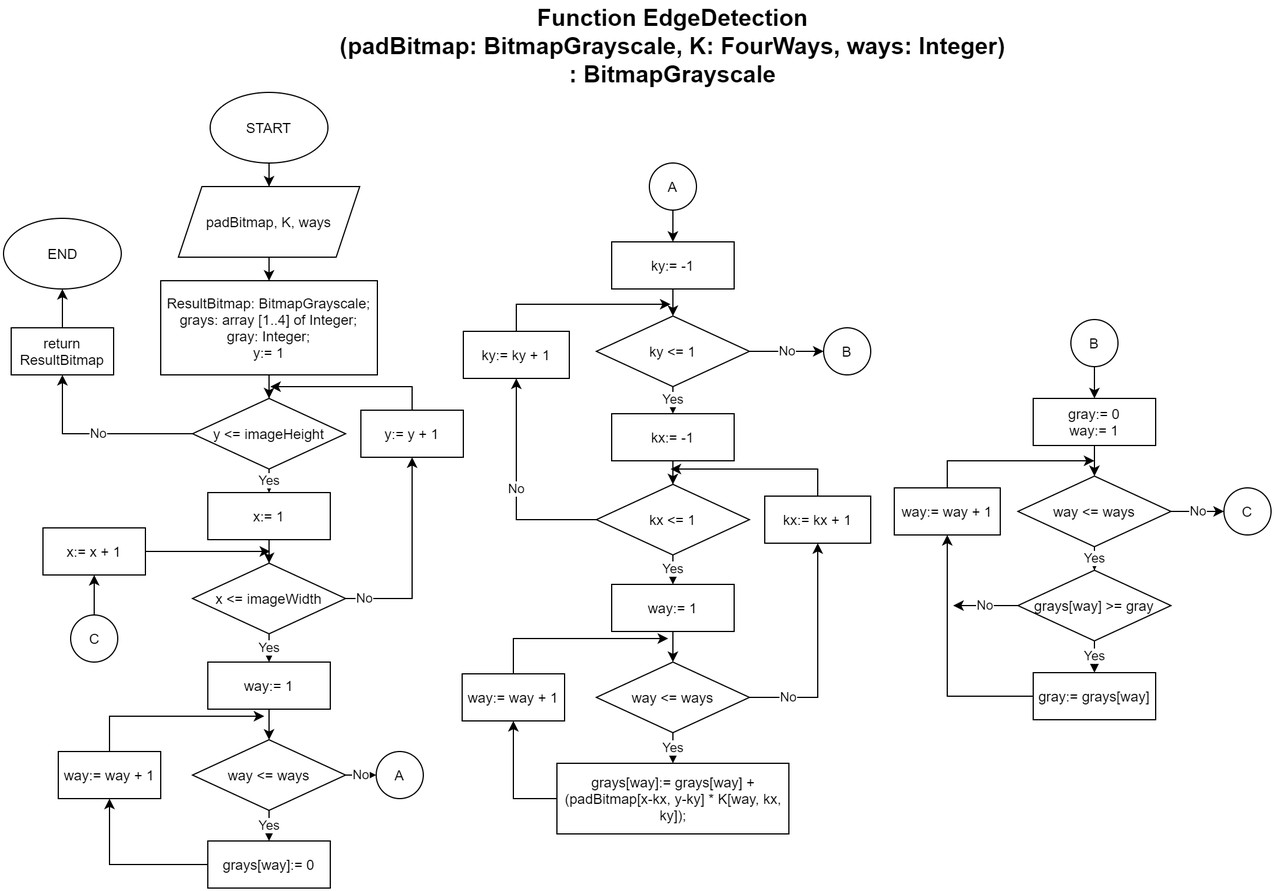
This is flowchart/.png/EdgeDetection.png from ukayaj620/batikcomp, a draw.io export, as it was before one commit. Source tidied: cells renumbered, new cells last; positions are measured from the earlier drawing's top-left corner, leaving out a move shared by most shapes.
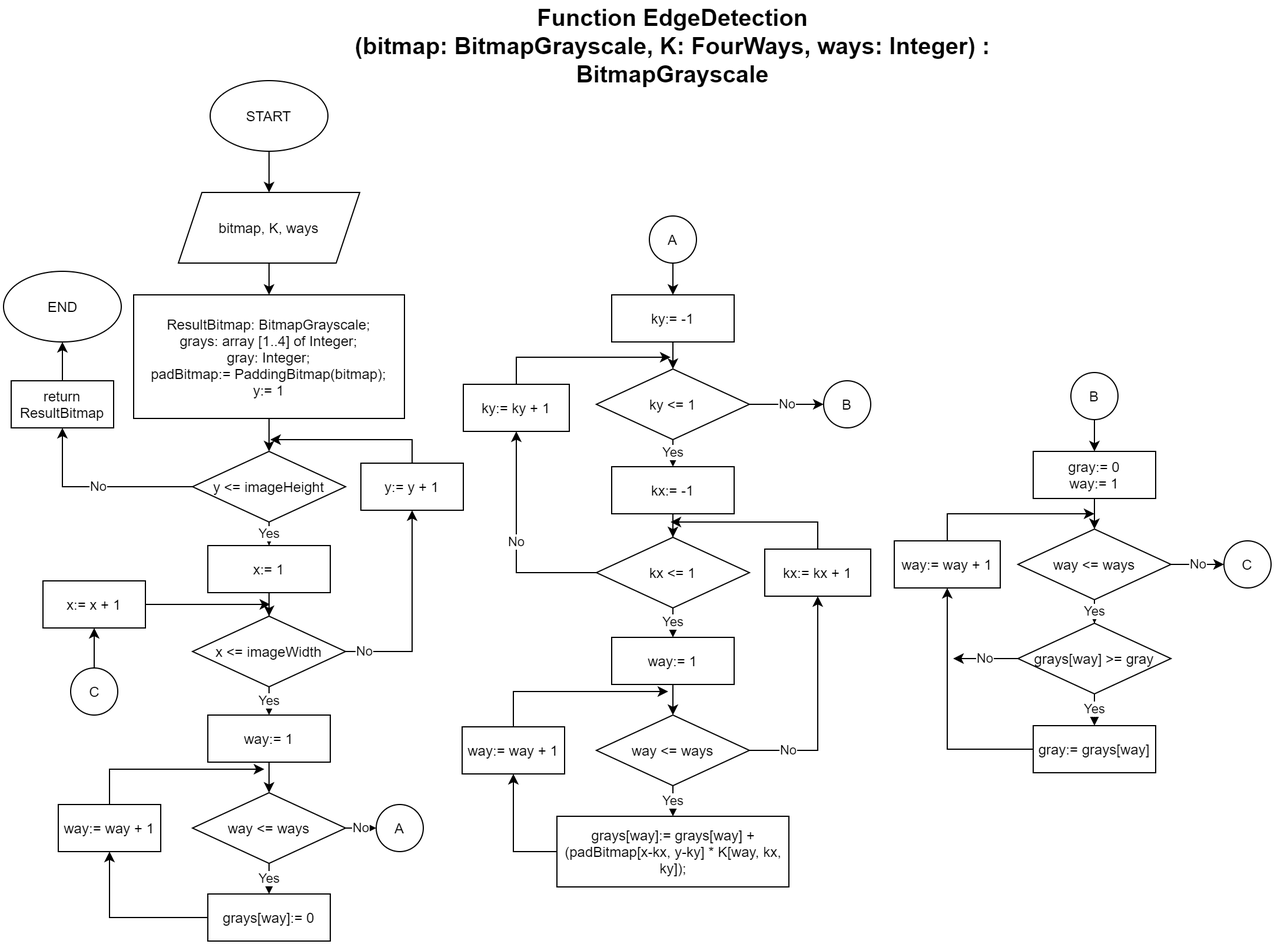
The same file after the commit.

Commit message:
docs: update edge detection flowchart

The edit, as a diff of the source:
```diff
@@ -6,22 +6,22 @@
       <mxGeometry relative="1" as="geometry" />
     </mxCell>
     <mxCell id="3" value="START" style="ellipse;whiteSpace=wrap;html=1;" parent="1" vertex="1">
-      <mxGeometry x="175" y="50" width="100" height="60" as="geometry" />
+      <mxGeometry x="175" y="-5" width="100" height="60" as="geometry" />
     </mxCell>
-    <mxCell id="4" value="&lt;span style=&quot;font-size: 20px&quot;&gt;&lt;b&gt;Function EdgeDetection&lt;br&gt;(padBitmap: BitmapGrayscale, K: FourWays, ways: Integer) : BitmapGrayscale&lt;/b&gt;&lt;/span&gt;" style="text;html=1;strokeColor=none;fillColor=none;align=center;verticalAlign=middle;whiteSpace=wrap;rounded=0;" parent="1" vertex="1">
-      <mxGeometry x="283" width="570" height="20" as="geometry" />
+    <mxCell id="4" value="&lt;span style=&quot;font-size: 20px&quot;&gt;&lt;b&gt;Function EdgeDetection&lt;br&gt;(bitmap: BitmapGrayscale, K: FourWays, ways: Integer) : BitmapGrayscale&lt;/b&gt;&lt;/span&gt;" style="text;html=1;strokeColor=none;fillColor=none;align=center;verticalAlign=middle;whiteSpace=wrap;rounded=0;" parent="1" vertex="1">
+      <mxGeometry x="283" y="-45" width="570" height="20" as="geometry" />
     </mxCell>
     <mxCell id="5" style="edgeStyle=orthogonalEdgeStyle;rounded=0;jettySize=auto;html=1;" parent="1" edge="1" source="6" target="11">
       <mxGeometry relative="1" as="geometry" />
     </mxCell>
-    <mxCell id="6" value="ResultBitmap: BitmapGrayscale;&lt;br&gt;grays: array [1..4] of Integer;&lt;br&gt;gray: Integer;&lt;br&gt;y:= 1" style="rounded=0;whiteSpace=wrap;html=1;" parent="1" vertex="1">
-      <mxGeometry x="133" y="210" width="184" height="80" as="geometry" />
+    <mxCell id="6" value="ResultBitmap: BitmapGrayscale;&lt;br&gt;grays: array [1..4] of Integer;&lt;br&gt;gray: Integer;&lt;br&gt;padBitmap:= PaddingBitmap(bitmap);&lt;br&gt;y:= 1" style="rounded=0;whiteSpace=wrap;html=1;" parent="1" vertex="1">
+      <mxGeometry x="110" y="177" width="230" height="105" as="geometry" />
     </mxCell>
     <mxCell id="7" style="edgeStyle=orthogonalEdgeStyle;rounded=0;jettySize=auto;html=1;" parent="1" edge="1" source="8" target="6">
       <mxGeometry relative="1" as="geometry" />
     </mxCell>
-    <mxCell id="8" value="padBitmap, K, ways" style="shape=parallelogram;perimeter=parallelogramPerimeter;whiteSpace=wrap;html=1;fixedSize=1;" parent="1" vertex="1">
-      <mxGeometry x="148" y="130" width="154" height="60" as="geometry" />
+    <mxCell id="8" value="bitmap, K, ways" style="shape=parallelogram;perimeter=parallelogramPerimeter;whiteSpace=wrap;html=1;fixedSize=1;" parent="1" vertex="1">
+      <mxGeometry x="148" y="90" width="154" height="60" as="geometry" />
     </mxCell>
     <mxCell id="9" value="Yes" style="edgeStyle=orthogonalEdgeStyle;rounded=0;jettySize=auto;html=1;" parent="1" edge="1" source="11" target="13">
       <mxGeometry relative="1" as="geometry" />
```
